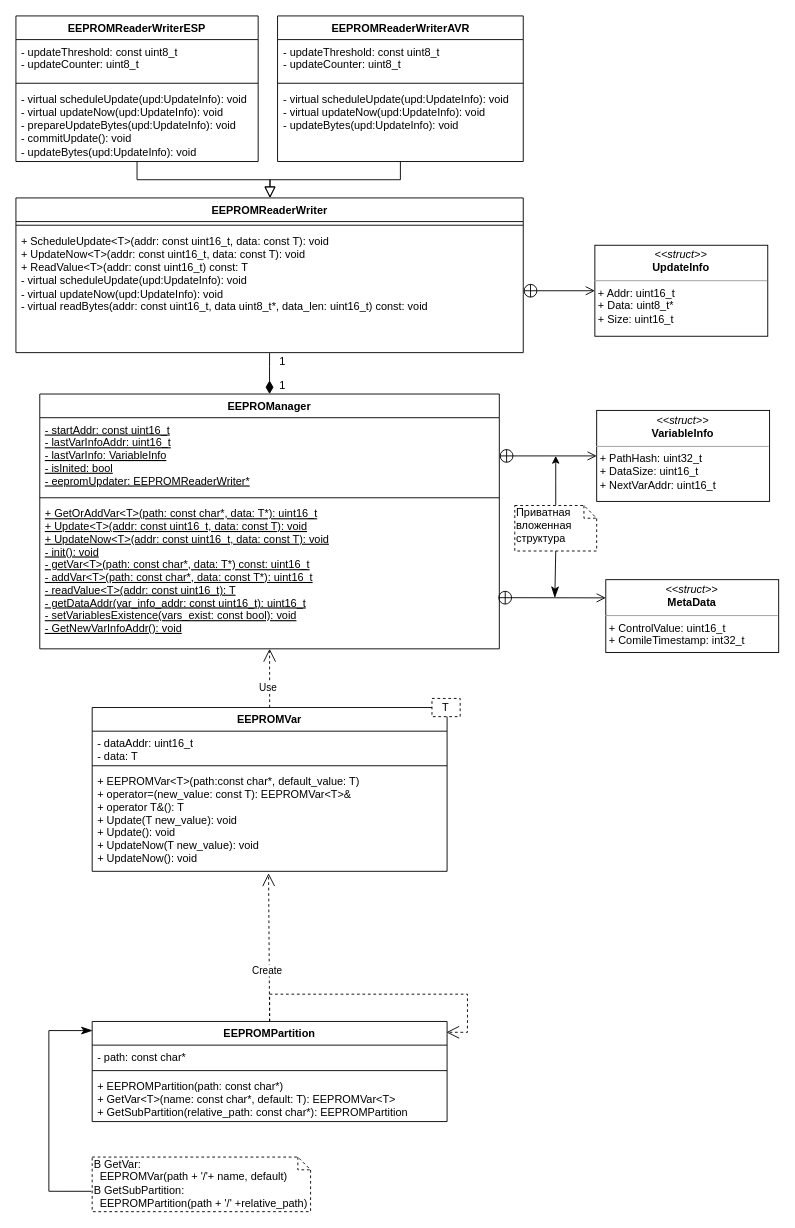
Above: report/resources/sources/class-diagram.drawio in almiluk/bachelor_thesis (draw.io), before the change. Source tidied: cells renumbered, new cells numbered last; positions are measured from the earlier drawing's top-left corner, leaving out a move shared by most shapes. Both pictures are drawn from the tidied source at 91%, with x=0, y=0 at pixel (15, 15).
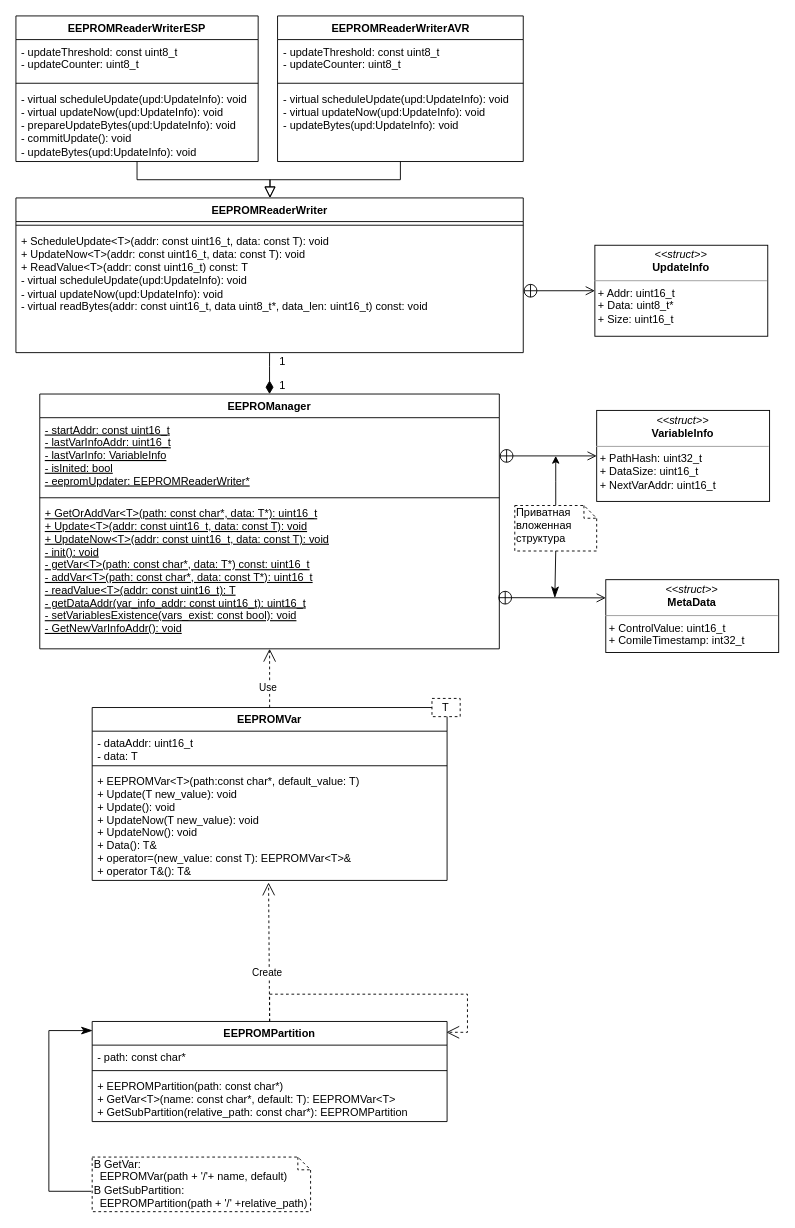
The same diagram, later.

The edit, as a diff of the source:
```diff
@@
     <mxCell id="3" value="EEPROMVar" style="swimlane;fontStyle=1;align=center;verticalAlign=top;horizontal=1;startSize=26;" parent="1" vertex="1">
-      <mxGeometry x="83.8" y="760" width="390" height="180" as="geometry" />
+      <mxGeometry x="83.8" y="760" width="390" height="190" as="geometry" />
     </mxCell>
@@
-    <mxCell id="6" value="+ EEPROMVar&lt;T&gt;(path:const char*, default_value: T)&#10;+ operator=(new_value: const T): EEPROMVar&lt;T&gt;&amp;&#10;+ operator T&amp;(): T&#10;+ Update(T new_value): void&#10;+ Update(): void&#10;+ UpdateNow(T new_value): void&#10;+ UpdateNow(): void" style="text;strokeColor=none;fillColor=none;align=left;verticalAlign=top;spacingLeft=4;spacingRight=4;overflow=hidden;points=[[0,0.5],[1,0.5]];portConstraint=eastwest;" parent="3" vertex="1">
-      <mxGeometry y="68" width="390" height="112" as="geometry" />
+    <mxCell id="6" value="+ EEPROMVar&lt;T&gt;(path:const char*, default_value: T)&#10;+ Update(T new_value): void&#10;+ Update(): void&#10;+ UpdateNow(T new_value): void&#10;+ UpdateNow(): void&#10;+ Data(): T&amp;&#10;+ operator=(new_value: const T): EEPROMVar&lt;T&gt;&amp;&#10;+ operator T&amp;(): T&amp;" style="text;strokeColor=none;fillColor=none;align=left;verticalAlign=top;spacingLeft=4;spacingRight=4;overflow=hidden;points=[[0,0.5],[1,0.5]];portConstraint=eastwest;" parent="3" vertex="1">
+      <mxGeometry y="68" width="390" height="122" as="geometry" />
     </mxCell>
```
